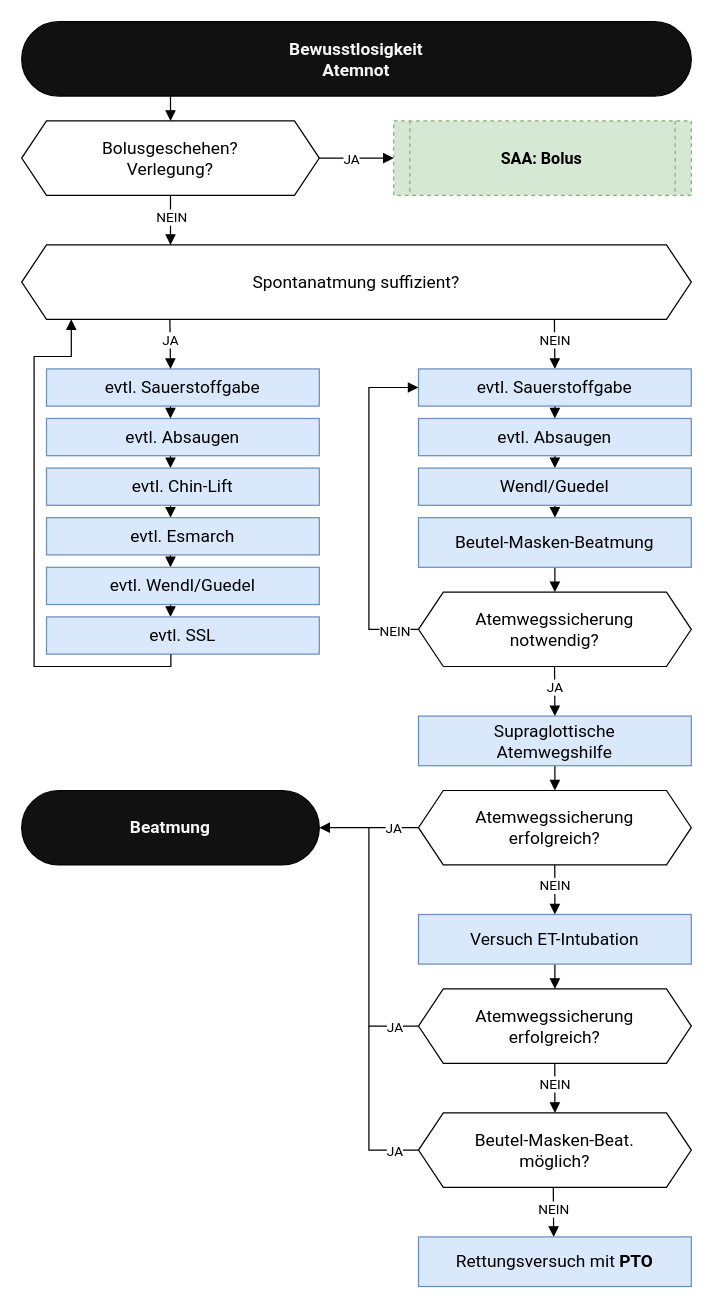
Above: assets/flows/atemwegsmanagement.drawio in steiiin/notsan-app (draw.io), before the change. Source tidied: cells renumbered, new cells numbered last; positions are measured from the earlier drawing's top-left corner, leaving out a move shared by most shapes. Both pictures are drawn from the tidied source at 124%, with x=0, y=0 at pixel (21, 21).
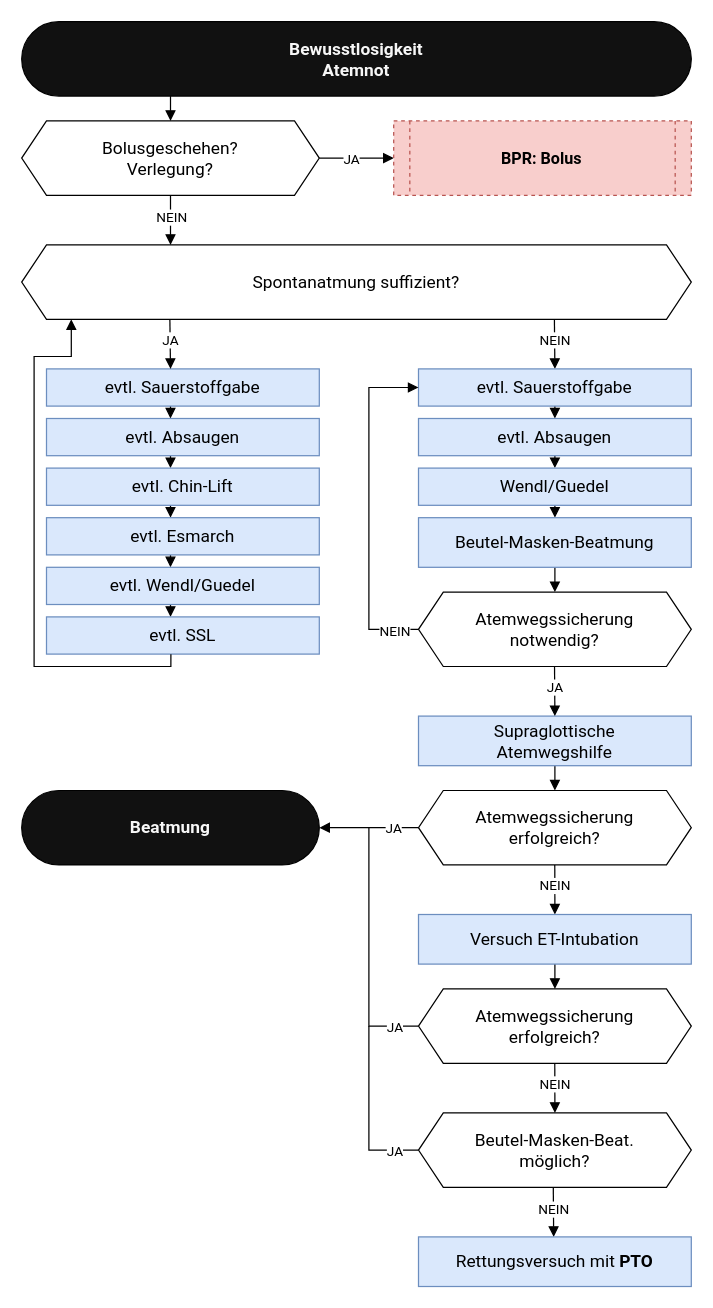
The same page after the edit.

The edit, as a diff of the source:
```diff
@@
-    <mxCell id="9" value="&lt;font style=&quot;font-size: 13px;&quot;&gt;SAA: Bolus&lt;/font&gt;" style="shape=process;whiteSpace=wrap;html=1;backgroundOutline=1;size=0.05555555555555555;fillColor=#D5E8D4;strokeColor=#82b366;fontFamily=&quot;Roboto&quot;, &quot;Helvetica Neue&quot;, sans-serif;fontStyle=1;fontSize=14;textShadow=0;dashed=1;fontColor=#000000;labelBackgroundColor=none;" parent="1" vertex="1">
+    <mxCell id="9" value="&lt;font style=&quot;font-size: 13px;&quot;&gt;BPR: Bolus&lt;/font&gt;" style="shape=process;whiteSpace=wrap;html=1;backgroundOutline=1;size=0.05555555555555555;fillColor=#f8cecc;strokeColor=#b85450;fontFamily=&quot;Roboto&quot;, &quot;Helvetica Neue&quot;, sans-serif;fontStyle=1;fontSize=14;textShadow=0;dashed=1;labelBackgroundColor=none;" parent="1" vertex="1">
       <mxGeometry x="300" y="80" width="240" height="60" as="geometry" />
     </mxCell>
```
